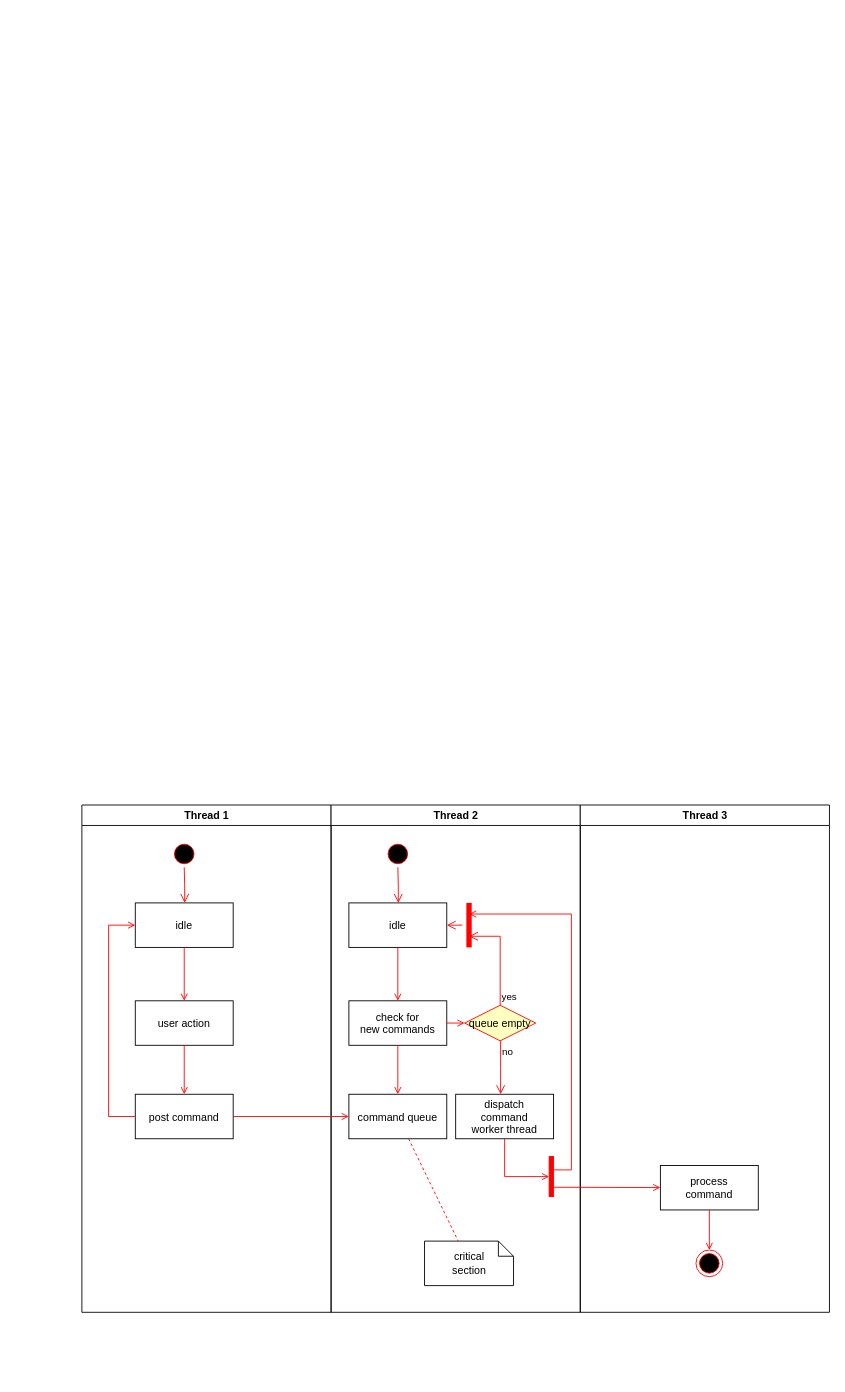
Above: 系统流程泳道图.drawio in come-on-reader/draw-io (draw.io), before the change. Source tidied: cells renumbered, new cells numbered last; positions are measured from the earlier drawing's top-left corner, leaving out a move shared by most shapes. Both pictures are drawn from the tidied source at 89%, with x=0, y=0 at pixel (81, 805).
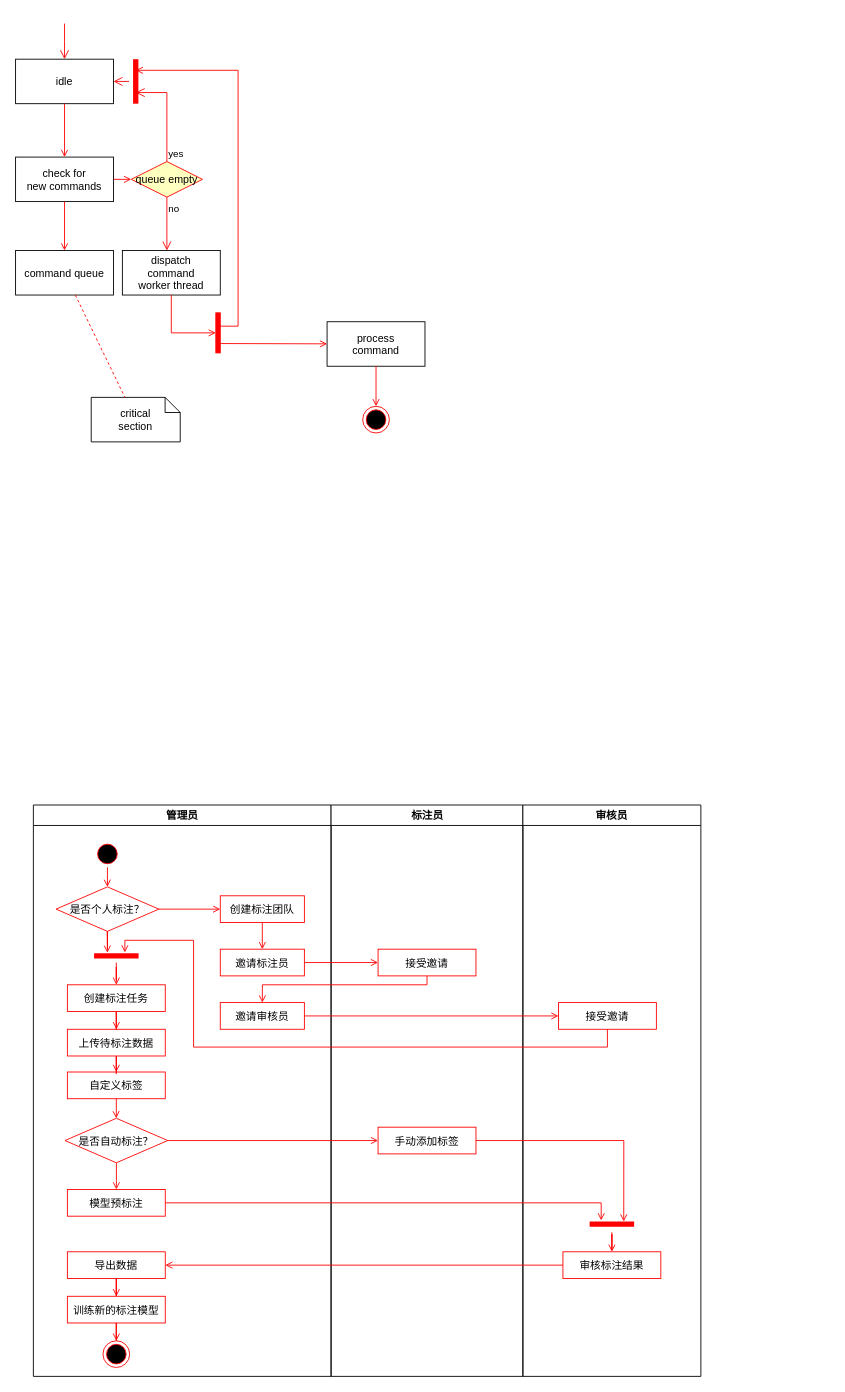
The same page after the edit.

Commit message:
更新系统流程泳道图.drawio

Change to the diagram source:
```diff
@@
-<mxGraphModel>
+<mxGraphModel background="#ffffff">
@@
-    <mxCell id="2" value="Thread 1" style="swimlane;whiteSpace=wrap;" parent="1" vertex="1">
-      <mxGeometry x="0.5" width="280" height="570" as="geometry" />
+    <mxCell id="2" value="管理员" style="swimlane;whiteSpace=wrap;fontColor=#000000;" parent="1" vertex="1">
+      <mxGeometry x="-54" width="334.5" height="642" as="geometry" />
     </mxCell>
+    <mxCell id="37" style="edgeStyle=orthogonalEdgeStyle;rounded=0;jettySize=auto;html=1;entryX=0.5;entryY=0;entryDx=0;entryDy=0;endArrow=open;endFill=0;strokeColor=#ff0000;fontColor=#000000;" parent="2" edge="1" source="3" target="39">
+      <mxGeometry relative="1" as="geometry" />
+    </mxCell>
-    <mxCell id="3" style="ellipse;shape=startState;fillColor=#000000;strokeColor=#ff0000;" parent="2" vertex="1">
-      <mxGeometry x="100" y="40" width="30" height="30" as="geometry" />
+    <mxCell id="3" style="ellipse;shape=startState;fillColor=#000000;strokeColor=#ff0000;fontColor=#000000;" parent="2" vertex="1">
+      <mxGeometry x="68.2" y="40" width="30" height="30" as="geometry" />
     </mxCell>
-    <mxCell id="4" style="edgeStyle=elbowEdgeStyle;elbow=horizontal;verticalAlign=bottom;endArrow=open;endSize=8;strokeColor=#FF0000;endFill=1;rounded=0;" parent="2" edge="1" source="3" target="5">
-      <mxGeometry x="100" y="40" as="geometry" />
-    </mxCell>
-    <mxCell id="5" value="idle" parent="2" vertex="1">
-      <mxGeometry x="60" y="110" width="110" height="50" as="geometry" />
-    </mxCell>
-    <mxCell id="6" value="user action" parent="2" vertex="1">
-      <mxGeometry x="60" y="220" width="110" height="50" as="geometry" />
-    </mxCell>
-    <mxCell id="7" style="endArrow=open;strokeColor=#FF0000;endFill=1;rounded=0;" parent="2" edge="1" source="5" target="6">
-      <mxGeometry relative="1" as="geometry" />
-    </mxCell>
-    <mxCell id="8" value="post command" parent="2" vertex="1">
-      <mxGeometry x="60" y="325" width="110" height="50" as="geometry" />
-    </mxCell>
-    <mxCell id="9" style="endArrow=open;strokeColor=#FF0000;endFill=1;rounded=0;" parent="2" edge="1" source="6" target="8">
-      <mxGeometry relative="1" as="geometry" />
-    </mxCell>
-    <mxCell id="10" style="edgeStyle=elbowEdgeStyle;elbow=horizontal;strokeColor=#FF0000;endArrow=open;endFill=1;rounded=0;" parent="2" edge="1" source="8" target="5">
-      <mxGeometry relative="1" as="geometry">
-        <Array as="points">
-          <mxPoint x="30" y="250" />
-        </Array>
-      </mxGeometry>
-    </mxCell>
+    <mxCell id="38" style="edgeStyle=orthogonalEdgeStyle;rounded=0;jettySize=auto;html=1;entryX=0;entryY=0.5;entryDx=0;entryDy=0;endArrow=open;endFill=0;strokeColor=#ff0000;fontColor=#000000;" parent="2" edge="1" source="39" target="47">
+      <mxGeometry relative="1" as="geometry" />
+    </mxCell>
+    <mxCell id="39" value="是否个人标注？" style="rhombus;fillColor=#ffffff;strokeColor=#ff0000;fontColor=#000000;" parent="2" vertex="1">
+      <mxGeometry x="25.5" y="92" width="115.5" height="50" as="geometry" />
+    </mxCell>
+    <mxCell id="40" style="edgeStyle=orthogonalEdgeStyle;rounded=0;jettySize=auto;html=1;endArrow=open;endFill=0;strokeColor=#ff0000;fontColor=#000000;" parent="2" edge="1" source="41" target="51">
+      <mxGeometry relative="1" as="geometry" />
+    </mxCell>
+    <mxCell id="41" value="自定义标签" style="strokeColor=#ff0000;fontColor=#000000;" parent="2" vertex="1">
+      <mxGeometry x="38.2" y="300" width="110" height="30" as="geometry" />
+    </mxCell>
+    <mxCell id="42" style="edgeStyle=orthogonalEdgeStyle;rounded=0;jettySize=auto;html=1;entryX=0.5;entryY=0;entryDx=0;entryDy=0;endArrow=open;endFill=0;strokeColor=#ff0000;fontColor=#000000;" parent="2" edge="1" source="43" target="41">
+      <mxGeometry relative="1" as="geometry" />
+    </mxCell>
+    <mxCell id="43" value="上传待标注数据" style="strokeColor=#ff0000;fontColor=#000000;" parent="2" vertex="1">
+      <mxGeometry x="38.2" y="252" width="110" height="30" as="geometry" />
+    </mxCell>
+    <mxCell id="44" style="edgeStyle=orthogonalEdgeStyle;rounded=0;jettySize=auto;html=1;entryX=0.5;entryY=0;entryDx=0;entryDy=0;endArrow=open;endFill=0;strokeColor=#ff0000;fontColor=#000000;" parent="2" edge="1" source="45" target="43">
+      <mxGeometry relative="1" as="geometry" />
+    </mxCell>
+    <mxCell id="45" value="创建标注任务" style="strokeColor=#ff0000;fontColor=#000000;" parent="2" vertex="1">
+      <mxGeometry x="38.2" y="202" width="110" height="30" as="geometry" />
+    </mxCell>
+    <mxCell id="46" style="edgeStyle=orthogonalEdgeStyle;rounded=0;jettySize=auto;html=1;exitX=0.5;exitY=1;exitDx=0;exitDy=0;entryX=0.5;entryY=0;entryDx=0;entryDy=0;endArrow=open;endFill=0;strokeColor=#ff0000;fontColor=#000000;" parent="2" edge="1" source="47" target="48">
+      <mxGeometry relative="1" as="geometry" />
+    </mxCell>
+    <mxCell id="47" value="创建标注团队" style="strokeColor=#ff0000;fontColor=#000000;" parent="2" vertex="1">
+      <mxGeometry x="210" y="102" width="94.5" height="30" as="geometry" />
+    </mxCell>
+    <mxCell id="48" value="邀请标注员" style="strokeColor=#ff0000;fontColor=#000000;" parent="2" vertex="1">
+      <mxGeometry x="210" y="162" width="94.5" height="30" as="geometry" />
+    </mxCell>
+    <mxCell id="49" value="邀请审核员" style="strokeColor=#ff0000;fontColor=#000000;" parent="2" vertex="1">
+      <mxGeometry x="210" y="222" width="94.5" height="30" as="geometry" />
+    </mxCell>
+    <mxCell id="50" style="edgeStyle=orthogonalEdgeStyle;rounded=0;jettySize=auto;html=1;entryX=0.5;entryY=0;entryDx=0;entryDy=0;endArrow=open;endFill=0;strokeColor=#ff0000;fontColor=#000000;" parent="2" edge="1" source="51" target="52">
+      <mxGeometry relative="1" as="geometry" />
+    </mxCell>
+    <mxCell id="51" value="是否自动标注？" style="rhombus;fillColor=#ffffff;strokeColor=#ff0000;fontColor=#000000;" parent="2" vertex="1">
+      <mxGeometry x="35.5" y="352" width="115.5" height="50" as="geometry" />
+    </mxCell>
+    <mxCell id="52" value="模型预标注" style="strokeColor=#ff0000;fontColor=#000000;" parent="2" vertex="1">
+      <mxGeometry x="38.2" y="432" width="110" height="30" as="geometry" />
+    </mxCell>
+    <mxCell id="53" style="edgeStyle=orthogonalEdgeStyle;rounded=0;jettySize=auto;html=1;entryX=0.5;entryY=0;entryDx=0;entryDy=0;endArrow=open;endFill=0;strokeColor=#ff0000;fontColor=#000000;" parent="2" edge="1" source="54" target="56">
+      <mxGeometry relative="1" as="geometry" />
+    </mxCell>
+    <mxCell id="54" value="导出数据" style="strokeColor=#ff0000;fontColor=#000000;" parent="2" vertex="1">
+      <mxGeometry x="38.2" y="502" width="110" height="30" as="geometry" />
+    </mxCell>
+    <mxCell id="55" style="edgeStyle=orthogonalEdgeStyle;rounded=0;jettySize=auto;html=1;entryX=0.5;entryY=0;entryDx=0;entryDy=0;endArrow=open;endFill=0;strokeColor=#ff0000;fontColor=#000000;" parent="2" edge="1" source="56" target="57">
+      <mxGeometry relative="1" as="geometry" />
+    </mxCell>
+    <mxCell id="56" value="训练新的标注模型" style="strokeColor=#ff0000;fontColor=#000000;" parent="2" vertex="1">
+      <mxGeometry x="38.2" y="552" width="110" height="30" as="geometry" />
+    </mxCell>
+    <mxCell id="57" style="ellipse;shape=endState;fillColor=#000000;strokeColor=#ff0000;fontColor=#000000;" parent="2" vertex="1">
+      <mxGeometry x="78.2" y="602" width="30" height="30" as="geometry" />
+    </mxCell>
+    <mxCell id="58" style="edgeStyle=orthogonalEdgeStyle;rounded=0;jettySize=auto;html=1;entryX=0.5;entryY=0;entryDx=0;entryDy=0;endArrow=open;endFill=0;strokeColor=#ff0000;fontColor=#000000;" parent="2" edge="1" source="59" target="45">
+      <mxGeometry relative="1" as="geometry" />
+    </mxCell>
+    <mxCell id="59" style="shape=line;strokeWidth=6;strokeColor=#ff0000;rotation=0;fontColor=#000000;" parent="2" vertex="1">
+      <mxGeometry x="68.2" y="162" width="50" height="15" as="geometry" />
+    </mxCell>
+    <mxCell id="60" style="edgeStyle=orthogonalEdgeStyle;rounded=0;jettySize=auto;html=1;entryX=0.298;entryY=0.269;entryDx=0;entryDy=0;entryPerimeter=0;endArrow=open;endFill=0;strokeColor=#ff0000;fontColor=#000000;" parent="2" edge="1" source="39" target="59">
+      <mxGeometry relative="1" as="geometry" />
+    </mxCell>
-    <mxCell id="11" value="Thread 2" style="swimlane;whiteSpace=wrap;" parent="1" vertex="1">
-      <mxGeometry x="280.5" width="280" height="570" as="geometry" />
+    <mxCell id="11" value="标注员" style="swimlane;whiteSpace=wrap;fontColor=#000000;" parent="1" vertex="1">
+      <mxGeometry x="280.5" width="215.5" height="642" as="geometry" />
     </mxCell>
-    <mxCell id="12" style="ellipse;shape=startState;fillColor=#000000;strokeColor=#ff0000;" parent="11" vertex="1">
-      <mxGeometry x="60" y="40" width="30" height="30" as="geometry" />
-    </mxCell>
+    <mxCell id="61" value="接受邀请" style="strokeColor=#ff0000;fontColor=#000000;" parent="11" vertex="1">
+      <mxGeometry x="52.8" y="162" width="110" height="30" as="geometry" />
+    </mxCell>
+    <mxCell id="62" value="手动添加标签" style="strokeColor=#ff0000;fontColor=#000000;" parent="11" vertex="1">
+      <mxGeometry x="52.8" y="362" width="110" height="30" as="geometry" />
+    </mxCell>
+    <mxCell id="30" value="审核员" style="swimlane;whiteSpace=wrap;fontColor=default;fillStyle=auto;labelBackgroundColor=none;labelBorderColor=none;" parent="1" vertex="1">
+      <mxGeometry x="496" width="200" height="642" as="geometry" />
+    </mxCell>
+    <mxCell id="63" value="接受邀请" style="strokeColor=#ff0000;fontColor=#000000;" parent="30" vertex="1">
+      <mxGeometry x="40" y="222" width="110" height="30" as="geometry" />
+    </mxCell>
+    <mxCell id="64" value="审核标注结果" style="strokeColor=#ff0000;fontColor=#000000;" parent="30" vertex="1">
+      <mxGeometry x="45" y="502" width="110" height="30" as="geometry" />
+    </mxCell>
+    <mxCell id="65" style="edgeStyle=orthogonalEdgeStyle;rounded=0;jettySize=auto;html=1;entryX=0.5;entryY=0;entryDx=0;entryDy=0;endArrow=open;endFill=0;strokeColor=#ff0000;fontColor=#000000;" parent="30" edge="1" source="66" target="64">
+      <mxGeometry relative="1" as="geometry" />
+    </mxCell>
+    <mxCell id="66" style="shape=line;strokeWidth=6;strokeColor=#ff0000;rotation=0;fontColor=#000000;" parent="30" vertex="1">
+      <mxGeometry x="75" y="462" width="50" height="18" as="geometry" />
+    </mxCell>
-    <mxCell id="13" style="edgeStyle=elbowEdgeStyle;elbow=horizontal;verticalAlign=bottom;endArrow=open;endSize=8;strokeColor=#FF0000;endFill=1;rounded=0;" parent="11" edge="1" source="12" target="14">
-      <mxGeometry x="40" y="20" as="geometry" />
+    <mxCell id="13" style="edgeStyle=elbowEdgeStyle;elbow=horizontal;verticalAlign=bottom;endArrow=open;endSize=8;strokeColor=#FF0000;endFill=1;rounded=0;" parent="1" edge="1" target="14">
+      <mxGeometry x="484.5" y="148" as="geometry">
+        <mxPoint x="-19" y="-878" as="sourcePoint" />
+      </mxGeometry>
     </mxCell>
-    <mxCell id="14" value="idle" parent="11" vertex="1">
-      <mxGeometry x="20" y="110" width="110" height="50" as="geometry" />
+    <mxCell id="14" value="idle" parent="1" vertex="1">
+      <mxGeometry x="-74" y="-838" width="110" height="50" as="geometry" />
     </mxCell>
-    <mxCell id="15" value="check for &#10;new commands" parent="11" vertex="1">
-      <mxGeometry x="20" y="220" width="110" height="50" as="geometry" />
+    <mxCell id="15" value="check for &#10;new commands" parent="1" vertex="1">
+      <mxGeometry x="-74" y="-728" width="110" height="50" as="geometry" />
     </mxCell>
-    <mxCell id="16" style="endArrow=open;strokeColor=#FF0000;endFill=1;rounded=0;" parent="11" edge="1" source="14" target="15">
+    <mxCell id="16" style="endArrow=open;strokeColor=#FF0000;endFill=1;rounded=0;" parent="1" edge="1" source="14" target="15">
       <mxGeometry relative="1" as="geometry" />
     </mxCell>
-    <mxCell id="17" value="command queue" parent="11" vertex="1">
-      <mxGeometry x="20" y="325" width="110" height="50" as="geometry" />
+    <mxCell id="17" value="command queue" parent="1" vertex="1">
+      <mxGeometry x="-74" y="-623" width="110" height="50" as="geometry" />
     </mxCell>
-    <mxCell id="18" style="endArrow=open;strokeColor=#FF0000;endFill=1;rounded=0;" parent="11" edge="1" source="15" target="17">
+    <mxCell id="18" style="endArrow=open;strokeColor=#FF0000;endFill=1;rounded=0;" parent="1" edge="1" source="15" target="17">
       <mxGeometry relative="1" as="geometry" />
     </mxCell>
-    <mxCell id="19" value="queue empty" style="rhombus;fillColor=#ffffc0;strokeColor=#ff0000;" parent="11" vertex="1">
-      <mxGeometry x="150" y="225" width="80" height="40" as="geometry" />
+    <mxCell id="19" value="queue empty" style="rhombus;fillColor=#ffffc0;strokeColor=#ff0000;" parent="1" vertex="1">
+      <mxGeometry x="56" y="-723" width="80" height="40" as="geometry" />
     </mxCell>
-    <mxCell id="20" value="yes" style="edgeStyle=elbowEdgeStyle;elbow=horizontal;align=left;verticalAlign=bottom;endArrow=open;endSize=8;strokeColor=#FF0000;exitX=0.5;exitY=0;endFill=1;rounded=0;entryX=0.75;entryY=0.5;entryPerimeter=0;" parent="11" edge="1" source="19" target="23">
+    <mxCell id="20" value="yes" style="edgeStyle=elbowEdgeStyle;elbow=horizontal;align=left;verticalAlign=bottom;endArrow=open;endSize=8;strokeColor=#FF0000;exitX=0.5;exitY=0;endFill=1;rounded=0;entryX=0.75;entryY=0.5;entryPerimeter=0;" parent="1" edge="1" source="19" target="23">
       <mxGeometry x="-1" relative="1" as="geometry">
         <Array as="points">
-          <mxPoint x="190" y="180" />
+          <mxPoint x="96" y="-768" />
         </Array>
       </mxGeometry>
     </mxCell>
-    <mxCell id="21" value="no" style="edgeStyle=elbowEdgeStyle;elbow=horizontal;align=left;verticalAlign=top;endArrow=open;endSize=8;strokeColor=#FF0000;endFill=1;rounded=0;" parent="11" edge="1" source="19" target="25">
+    <mxCell id="21" value="no" style="edgeStyle=elbowEdgeStyle;elbow=horizontal;align=left;verticalAlign=top;endArrow=open;endSize=8;strokeColor=#FF0000;endFill=1;rounded=0;" parent="1" edge="1" source="19" target="25">
       <mxGeometry x="-1" relative="1" as="geometry" />
     </mxCell>
-    <mxCell id="22" style="endArrow=open;strokeColor=#FF0000;endFill=1;rounded=0;" parent="11" edge="1" source="15" target="19">
+    <mxCell id="22" style="endArrow=open;strokeColor=#FF0000;endFill=1;rounded=0;" parent="1" edge="1" source="15" target="19">
       <mxGeometry relative="1" as="geometry" />
     </mxCell>
-    <mxCell id="23" style="shape=line;strokeWidth=6;strokeColor=#ff0000;rotation=90;" parent="11" vertex="1">
-      <mxGeometry x="130" y="127.5" width="50" height="15" as="geometry" />
+    <mxCell id="23" style="shape=line;strokeWidth=6;strokeColor=#ff0000;rotation=90;" parent="1" vertex="1">
+      <mxGeometry x="36" y="-820.5" width="50" height="15" as="geometry" />
     </mxCell>
-    <mxCell id="24" style="edgeStyle=elbowEdgeStyle;elbow=horizontal;verticalAlign=bottom;endArrow=open;endSize=8;strokeColor=#FF0000;endFill=1;rounded=0;" parent="11" edge="1" source="23" target="14">
-      <mxGeometry x="130" y="90" as="geometry" />
+    <mxCell id="24" style="edgeStyle=elbowEdgeStyle;elbow=horizontal;verticalAlign=bottom;endArrow=open;endSize=8;strokeColor=#FF0000;endFill=1;rounded=0;" parent="1" edge="1" source="23" target="14">
+      <mxGeometry x="574.5" y="218" as="geometry" />
     </mxCell>
-    <mxCell id="25" value="dispatch&#10;command&#10;worker thread" parent="11" vertex="1">
-      <mxGeometry x="140" y="325" width="110" height="50" as="geometry" />
+    <mxCell id="25" value="dispatch&#10;command&#10;worker thread" parent="1" vertex="1">
+      <mxGeometry x="46" y="-623" width="110" height="50" as="geometry" />
     </mxCell>
-    <mxCell id="26" value="critical&#10;section" style="shape=note;whiteSpace=wrap;size=17;" parent="11" vertex="1">
-      <mxGeometry x="105" y="490" width="100" height="50" as="geometry" />
+    <mxCell id="26" value="critical&#10;section" style="shape=note;whiteSpace=wrap;size=17;" parent="1" vertex="1">
+      <mxGeometry x="11" y="-458" width="100" height="50" as="geometry" />
     </mxCell>
-    <mxCell id="27" style="endArrow=none;strokeColor=#FF0000;endFill=0;rounded=0;dashed=1;" parent="11" edge="1" source="17" target="26">
+    <mxCell id="27" style="endArrow=none;strokeColor=#FF0000;endFill=0;rounded=0;dashed=1;" parent="1" edge="1" source="17" target="26">
       <mxGeometry relative="1" as="geometry" />
     </mxCell>
-    <mxCell id="28" style="whiteSpace=wrap;strokeColor=#FF0000;fillColor=#FF0000;" parent="11" vertex="1">
-      <mxGeometry x="245" y="395" width="5" height="45" as="geometry" />
+    <mxCell id="28" style="whiteSpace=wrap;strokeColor=#FF0000;fillColor=#FF0000;" parent="1" vertex="1">
+      <mxGeometry x="151" y="-553" width="5" height="45" as="geometry" />
     </mxCell>
-    <mxCell id="29" style="edgeStyle=elbowEdgeStyle;elbow=horizontal;entryX=0;entryY=0.5;strokeColor=#FF0000;endArrow=open;endFill=1;rounded=0;" parent="11" edge="1" source="25" target="28">
+    <mxCell id="29" style="edgeStyle=elbowEdgeStyle;elbow=horizontal;entryX=0;entryY=0.5;strokeColor=#FF0000;endArrow=open;endFill=1;rounded=0;" parent="1" edge="1" source="25" target="28">
       <mxGeometry relative="1" as="geometry">
         <Array as="points">
-          <mxPoint x="195" y="400" />
+          <mxPoint x="101" y="-548" />
         </Array>
       </mxGeometry>
     </mxCell>
-    <mxCell id="30" value="Thread 3" style="swimlane;whiteSpace=wrap;" parent="1" vertex="1">
-      <mxGeometry x="560.5" width="280" height="570" as="geometry" />
-    </mxCell>
-    <mxCell id="31" value="process&#10;command" parent="30" vertex="1">
-      <mxGeometry x="90" y="405" width="110" height="50" as="geometry" />
+    <mxCell id="31" value="process&#10;command" parent="1" vertex="1">
+      <mxGeometry x="276" y="-543" width="110" height="50" as="geometry" />
     </mxCell>
-    <mxCell id="32" style="edgeStyle=elbowEdgeStyle;elbow=horizontal;strokeColor=#FF0000;endArrow=open;endFill=1;rounded=0;entryX=0.25;entryY=0.5;entryPerimeter=0;" parent="30" edge="1" target="23">
+    <mxCell id="32" style="edgeStyle=elbowEdgeStyle;elbow=horizontal;strokeColor=#FF0000;endArrow=open;endFill=1;rounded=0;entryX=0.25;entryY=0.5;entryPerimeter=0;" parent="1" edge="1" target="23">
       <mxGeometry relative="1" as="geometry">
-        <mxPoint x="-30" y="410" as="sourcePoint" />
+        <mxPoint x="156" y="-538" as="sourcePoint" />
         <Array as="points">
-          <mxPoint x="-10" y="135" />
+          <mxPoint x="176" y="-813" />
         </Array>
       </mxGeometry>
     </mxCell>
-    <mxCell id="33" style="edgeStyle=none;strokeColor=#FF0000;endArrow=open;endFill=1;rounded=0;" parent="30" edge="1" target="31">
+    <mxCell id="33" style="edgeStyle=none;strokeColor=#FF0000;endArrow=open;endFill=1;rounded=0;" parent="1" edge="1" target="31">
       <mxGeometry relative="1" as="geometry">
-        <mxPoint x="-30" y="429.5" as="sourcePoint" />
+        <mxPoint x="156" y="-518.5" as="sourcePoint" />
       </mxGeometry>
     </mxCell>
-    <mxCell id="34" style="ellipse;shape=endState;fillColor=#000000;strokeColor=#ff0000;" parent="30" vertex="1">
-      <mxGeometry x="130" y="500" width="30" height="30" as="geometry" />
+    <mxCell id="34" style="ellipse;shape=endState;fillColor=#000000;strokeColor=#ff0000;" parent="1" vertex="1">
+      <mxGeometry x="316" y="-448" width="30" height="30" as="geometry" />
     </mxCell>
-    <mxCell id="35" style="endArrow=open;strokeColor=#FF0000;endFill=1;rounded=0;" parent="30" edge="1" source="31" target="34">
+    <mxCell id="35" style="endArrow=open;strokeColor=#FF0000;endFill=1;rounded=0;" parent="1" edge="1" source="31" target="34">
       <mxGeometry relative="1" as="geometry" />
     </mxCell>
-    <mxCell id="36" style="endArrow=open;strokeColor=#FF0000;endFill=1;rounded=0;" parent="1" edge="1" source="8" target="17">
-      <mxGeometry relative="1" as="geometry" />
-    </mxCell>
+    <mxCell id="67" style="edgeStyle=orthogonalEdgeStyle;rounded=0;jettySize=auto;html=1;entryX=0;entryY=0.5;entryDx=0;entryDy=0;endArrow=open;endFill=0;strokeColor=#ff0000;fontColor=#000000;" parent="1" edge="1" source="48" target="61">
+      <mxGeometry relative="1" as="geometry" />
+    </mxCell>
+    <mxCell id="68" style="edgeStyle=orthogonalEdgeStyle;rounded=0;jettySize=auto;html=1;entryX=0.5;entryY=0;entryDx=0;entryDy=0;endArrow=open;endFill=0;strokeColor=#ff0000;fontColor=#000000;" parent="1" edge="1" source="61" target="49">
+      <mxGeometry relative="1" as="geometry">
+        <Array as="points">
+          <mxPoint x="388" y="202" />
+          <mxPoint x="203" y="202" />
+        </Array>
+      </mxGeometry>
+    </mxCell>
+    <mxCell id="69" style="edgeStyle=orthogonalEdgeStyle;rounded=0;jettySize=auto;html=1;entryX=0;entryY=0.5;entryDx=0;entryDy=0;endArrow=open;endFill=0;strokeColor=#ff0000;fontColor=#000000;" parent="1" edge="1" source="49" target="63">
+      <mxGeometry relative="1" as="geometry" />
+    </mxCell>
+    <mxCell id="70" style="edgeStyle=orthogonalEdgeStyle;rounded=0;jettySize=auto;html=1;entryX=0.692;entryY=0.248;entryDx=0;entryDy=0;entryPerimeter=0;endArrow=open;endFill=0;strokeColor=#ff0000;fontColor=#000000;" parent="1" edge="1" source="63" target="59">
+      <mxGeometry relative="1" as="geometry">
+        <Array as="points">
+          <mxPoint x="591" y="272" />
+          <mxPoint x="126" y="272" />
+          <mxPoint x="126" y="152" />
+          <mxPoint x="49" y="152" />
+        </Array>
+      </mxGeometry>
+    </mxCell>
+    <mxCell id="71" style="edgeStyle=orthogonalEdgeStyle;rounded=0;jettySize=auto;html=1;entryX=0;entryY=0.5;entryDx=0;entryDy=0;endArrow=open;endFill=0;strokeColor=#ff0000;fontColor=#000000;" parent="1" edge="1" source="51" target="62">
+      <mxGeometry relative="1" as="geometry" />
+    </mxCell>
+    <mxCell id="72" style="edgeStyle=orthogonalEdgeStyle;rounded=0;jettySize=auto;html=1;entryX=0.767;entryY=0.333;entryDx=0;entryDy=0;entryPerimeter=0;endArrow=open;endFill=0;strokeColor=#ff0000;fontColor=#000000;" parent="1" edge="1" source="62" target="66">
+      <mxGeometry relative="1" as="geometry" />
+    </mxCell>
+    <mxCell id="73" style="edgeStyle=orthogonalEdgeStyle;rounded=0;jettySize=auto;html=1;entryX=0.26;entryY=0.265;entryDx=0;entryDy=0;entryPerimeter=0;endArrow=open;endFill=0;strokeColor=#ff0000;fontColor=#000000;" parent="1" edge="1" source="52" target="66">
+      <mxGeometry relative="1" as="geometry">
+        <Array as="points">
+          <mxPoint x="584" y="447" />
+        </Array>
+      </mxGeometry>
+    </mxCell>
+    <mxCell id="74" style="edgeStyle=orthogonalEdgeStyle;rounded=0;jettySize=auto;html=1;entryX=1;entryY=0.5;entryDx=0;entryDy=0;endArrow=open;endFill=0;strokeColor=#ff0000;fontColor=#000000;" parent="1" edge="1" source="64" target="54">
+      <mxGeometry relative="1" as="geometry" />
+    </mxCell>
```
